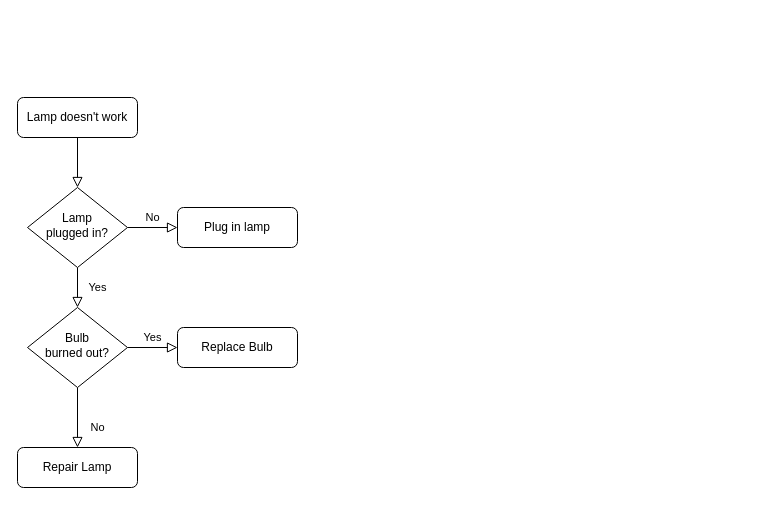
This is AI응용앱_1.drawio from HongWonjong/Flutter_App_Development, a draw.io file, before an edit. Source tidied: cells renumbered, new cells numbered last; positions are measured from the earlier drawing's top-left corner, leaving out a move shared by most shapes. Both pictures are drawn from the tidied source at 100%, with x=0, y=0 at pixel (17, 97).
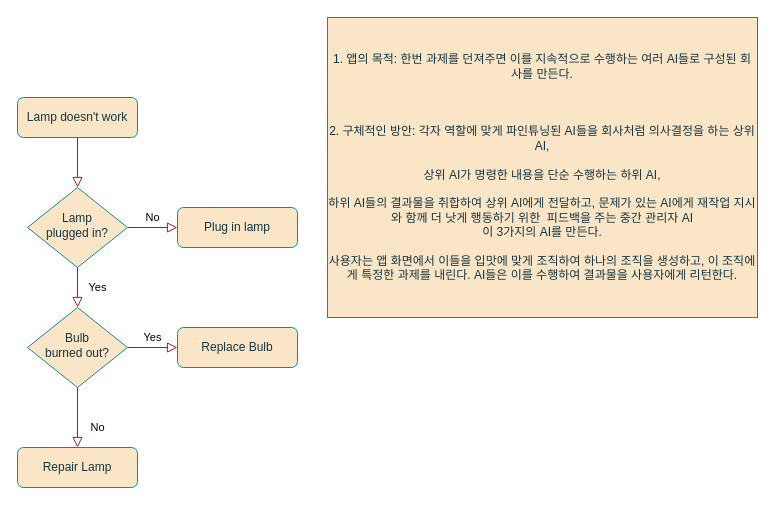
Above is the later version.

Commit message:
AI응용앱_1.drawio 업데이트

Diff of the diagram source:
```diff
@@
 <mxGraphModel>
   <root>
     <mxCell id="0" />
     <mxCell id="1" parent="0" />
-    <mxCell id="2" style="rounded=0;html=1;jettySize=auto;fontSize=11;endArrow=block;endFill=0;endSize=8;strokeWidth=1;shadow=0;labelBackgroundColor=none;edgeStyle=orthogonalEdgeStyle;" parent="1" edge="1" source="3" target="6">
+    <mxCell id="2" style="rounded=0;html=1;jettySize=auto;fontSize=11;endArrow=block;endFill=0;endSize=8;strokeWidth=1;shadow=0;labelBackgroundColor=none;edgeStyle=orthogonalEdgeStyle;strokeColor=#A8201A;fontColor=default;" parent="1" edge="1" source="3" target="6">
       <mxGeometry relative="1" as="geometry" />
     </mxCell>
-    <mxCell id="3" value="Lamp doesn't work" style="rounded=1;whiteSpace=wrap;html=1;fontSize=12;glass=0;strokeWidth=1;shadow=0;" parent="1" vertex="1">
+    <mxCell id="3" value="Lamp doesn't work" style="rounded=1;whiteSpace=wrap;html=1;fontSize=12;glass=0;strokeWidth=1;shadow=0;labelBackgroundColor=none;fillColor=#FAE5C7;strokeColor=#0F8B8D;fontColor=#143642;" parent="1" vertex="1">
       <mxGeometry width="120" height="40" as="geometry" />
     </mxCell>
-    <mxCell id="4" value="Yes" style="rounded=0;html=1;jettySize=auto;fontSize=11;endArrow=block;endFill=0;endSize=8;strokeWidth=1;shadow=0;labelBackgroundColor=none;edgeStyle=orthogonalEdgeStyle;" parent="1" edge="1" source="6" target="10">
+    <mxCell id="4" value="Yes" style="rounded=0;html=1;jettySize=auto;fontSize=11;endArrow=block;endFill=0;endSize=8;strokeWidth=1;shadow=0;labelBackgroundColor=none;edgeStyle=orthogonalEdgeStyle;strokeColor=#A8201A;fontColor=default;" parent="1" edge="1" source="6" target="10">
       <mxGeometry y="20" relative="1" as="geometry" />
     </mxCell>
-    <mxCell id="5" value="No" style="edgeStyle=orthogonalEdgeStyle;rounded=0;html=1;jettySize=auto;fontSize=11;endArrow=block;endFill=0;endSize=8;strokeWidth=1;shadow=0;labelBackgroundColor=none;" parent="1" edge="1" source="6" target="7">
+    <mxCell id="5" value="No" style="edgeStyle=orthogonalEdgeStyle;rounded=0;html=1;jettySize=auto;fontSize=11;endArrow=block;endFill=0;endSize=8;strokeWidth=1;shadow=0;labelBackgroundColor=none;strokeColor=#A8201A;fontColor=default;" parent="1" edge="1" source="6" target="7">
       <mxGeometry y="10" relative="1" as="geometry" />
     </mxCell>
-    <mxCell id="6" value="Lamp&lt;br&gt;plugged in?" style="rhombus;whiteSpace=wrap;html=1;shadow=0;fontFamily=Helvetica;fontSize=12;align=center;strokeWidth=1;spacing=6;spacingTop=-4;" parent="1" vertex="1">
+    <mxCell id="6" value="Lamp&lt;br&gt;plugged in?" style="rhombus;whiteSpace=wrap;html=1;shadow=0;fontFamily=Helvetica;fontSize=12;align=center;strokeWidth=1;spacing=6;spacingTop=-4;labelBackgroundColor=none;fillColor=#FAE5C7;strokeColor=#0F8B8D;fontColor=#143642;" parent="1" vertex="1">
       <mxGeometry x="10" y="90" width="100" height="80" as="geometry" />
     </mxCell>
-    <mxCell id="7" value="Plug in lamp" style="rounded=1;whiteSpace=wrap;html=1;fontSize=12;glass=0;strokeWidth=1;shadow=0;" parent="1" vertex="1">
+    <mxCell id="7" value="Plug in lamp" style="rounded=1;whiteSpace=wrap;html=1;fontSize=12;glass=0;strokeWidth=1;shadow=0;labelBackgroundColor=none;fillColor=#FAE5C7;strokeColor=#0F8B8D;fontColor=#143642;" parent="1" vertex="1">
       <mxGeometry x="160" y="110" width="120" height="40" as="geometry" />
     </mxCell>
-    <mxCell id="8" value="No" style="rounded=0;html=1;jettySize=auto;fontSize=11;endArrow=block;endFill=0;endSize=8;strokeWidth=1;shadow=0;labelBackgroundColor=none;edgeStyle=orthogonalEdgeStyle;" parent="1" edge="1" source="10" target="11">
+    <mxCell id="8" value="No" style="rounded=0;html=1;jettySize=auto;fontSize=11;endArrow=block;endFill=0;endSize=8;strokeWidth=1;shadow=0;labelBackgroundColor=none;edgeStyle=orthogonalEdgeStyle;strokeColor=#A8201A;fontColor=default;" parent="1" edge="1" source="10" target="11">
       <mxGeometry x="0.33" y="20" relative="1" as="geometry" />
     </mxCell>
-    <mxCell id="9" value="Yes" style="edgeStyle=orthogonalEdgeStyle;rounded=0;html=1;jettySize=auto;fontSize=11;endArrow=block;endFill=0;endSize=8;strokeWidth=1;shadow=0;labelBackgroundColor=none;" parent="1" edge="1" source="10" target="12">
+    <mxCell id="9" value="Yes" style="edgeStyle=orthogonalEdgeStyle;rounded=0;html=1;jettySize=auto;fontSize=11;endArrow=block;endFill=0;endSize=8;strokeWidth=1;shadow=0;labelBackgroundColor=none;strokeColor=#A8201A;fontColor=default;" parent="1" edge="1" source="10" target="12">
       <mxGeometry y="10" relative="1" as="geometry" />
     </mxCell>
-    <mxCell id="10" value="Bulb&lt;br&gt;burned out?" style="rhombus;whiteSpace=wrap;html=1;shadow=0;fontFamily=Helvetica;fontSize=12;align=center;strokeWidth=1;spacing=6;spacingTop=-4;" parent="1" vertex="1">
+    <mxCell id="10" value="Bulb&lt;br&gt;burned out?" style="rhombus;whiteSpace=wrap;html=1;shadow=0;fontFamily=Helvetica;fontSize=12;align=center;strokeWidth=1;spacing=6;spacingTop=-4;labelBackgroundColor=none;fillColor=#FAE5C7;strokeColor=#0F8B8D;fontColor=#143642;" parent="1" vertex="1">
       <mxGeometry x="10" y="210" width="100" height="80" as="geometry" />
     </mxCell>
-    <mxCell id="11" value="Repair Lamp" style="rounded=1;whiteSpace=wrap;html=1;fontSize=12;glass=0;strokeWidth=1;shadow=0;" parent="1" vertex="1">
+    <mxCell id="11" value="Repair Lamp" style="rounded=1;whiteSpace=wrap;html=1;fontSize=12;glass=0;strokeWidth=1;shadow=0;labelBackgroundColor=none;fillColor=#FAE5C7;strokeColor=#0F8B8D;fontColor=#143642;" parent="1" vertex="1">
       <mxGeometry y="350" width="120" height="40" as="geometry" />
     </mxCell>
-    <mxCell id="12" value="Replace Bulb" style="rounded=1;whiteSpace=wrap;html=1;fontSize=12;glass=0;strokeWidth=1;shadow=0;" parent="1" vertex="1">
+    <mxCell id="12" value="Replace Bulb" style="rounded=1;whiteSpace=wrap;html=1;fontSize=12;glass=0;strokeWidth=1;shadow=0;labelBackgroundColor=none;fillColor=#FAE5C7;strokeColor=#0F8B8D;fontColor=#143642;" parent="1" vertex="1">
       <mxGeometry x="160" y="230" width="120" height="40" as="geometry" />
     </mxCell>
+    <mxCell id="13" value="1. 앱의 목적: 한번 과제를 던져주면 이를 지속적으로 수행하는 여러 AI들로 구성된 회사를 만든다.&lt;br&gt;&lt;br&gt;&lt;br&gt;&lt;br&gt;2. 구체적인 방안: 각자 역할에 맞게 파인튜닝된 AI들을 회사처럼 의사결정을 하는 상위 AI, &lt;br&gt;&lt;br&gt;상위 AI가 명령한 내용을 단순 수행하는 하위 AI, &lt;br&gt;&lt;br&gt;하위 AI들의 결과물을 취합하여 상위 AI에게 전달하고, 문제가 있는 AI에게 재작업 지시와 함께 더 낫게 행동하기 위한 &amp;nbsp;피드백을 주는 중간 관리자 AI &lt;br&gt;이 3가지의 AI를 만든다. &lt;br&gt;&lt;br&gt;사용자는 앱 화면에서 이들을 입맛에 맞게 조직하여 하나의 조직을 생성하고, 이 조직에게 특정한 과제를 내린다. AI들은 이를 수행하여 결과물을 사용자에게 리턴한다." style="rounded=0;whiteSpace=wrap;html=1;strokeColor=#0F8B8D;fontColor=#143642;fillColor=#FAE5C7;" parent="1" vertex="1">
+      <mxGeometry x="310" y="-80" width="430" height="300" as="geometry" />
+    </mxCell>
   </root>
 </mxGraphModel>
```
